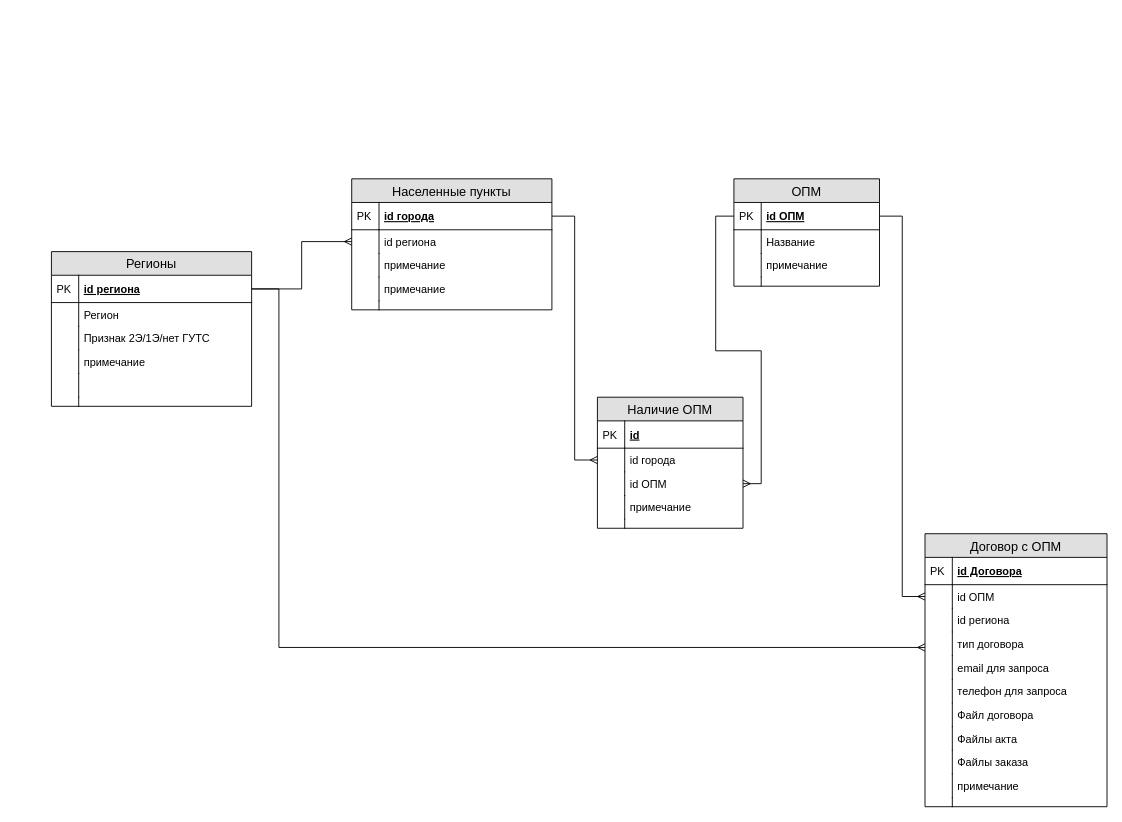
Earlier version of the draw.io diagram operators.drawio (slavakourov/operators). Source tidied: cells renumbered, new cells numbered last; positions are measured from the earlier drawing's top-left corner, leaving out a move shared by most shapes. Both pictures are drawn from the tidied source at 91%, with x=0, y=0 at pixel (51, 178).
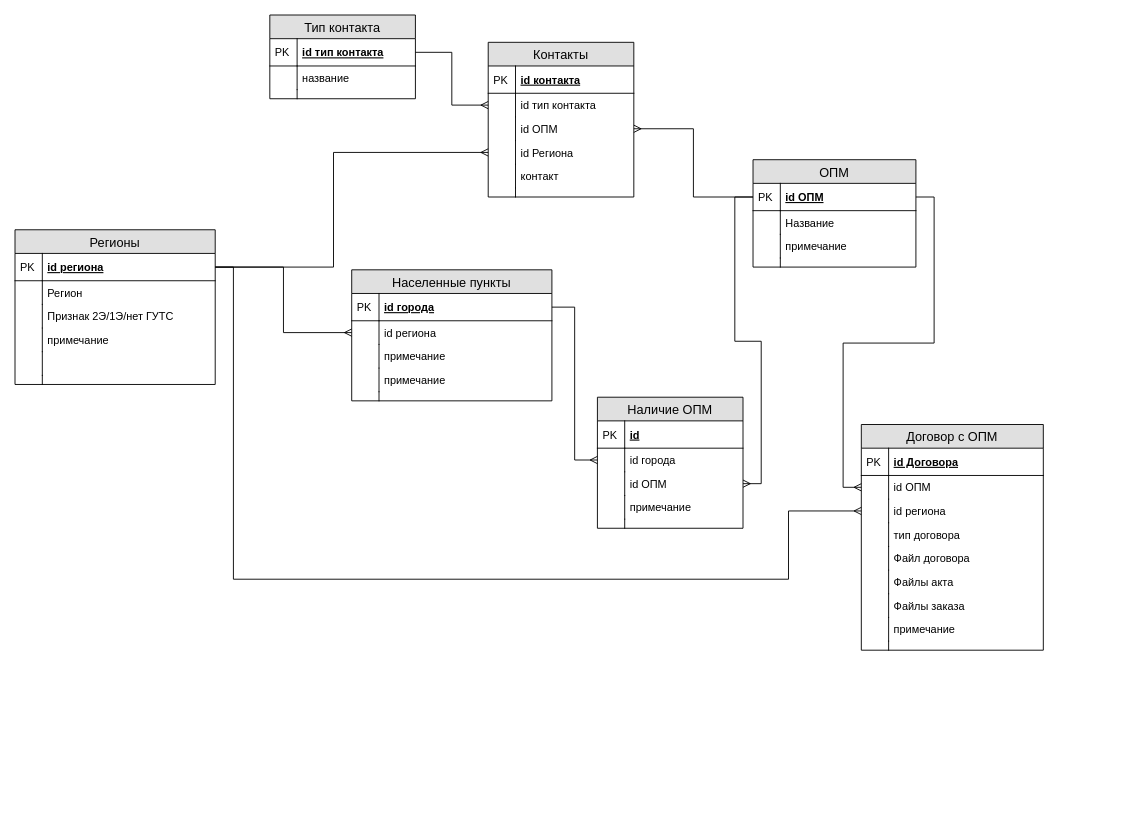
The same page after the edit.

Unchanged cells that the change refers to:
```xml
<mxCell id="16" value="id региона" style="shape=partialRectangle;top=0;left=0;right=0;bottom=0;align=left;verticalAlign=top;fillColor=none;spacingLeft=34;spacingRight=4;overflow=hidden;points=[[0,0.5],[1,0.5]];portConstraint=eastwest;fontSize=12;" parent="11" vertex="1">
  <mxGeometry y="82" width="200" height="26" as="geometry" />
</mxCell>
<mxCell id="18" value="тип договора" style="shape=partialRectangle;top=0;left=0;right=0;bottom=0;align=left;verticalAlign=top;fillColor=none;spacingLeft=34;spacingRight=4;overflow=hidden;points=[[0,0.5],[1,0.5]];portConstraint=eastwest;fontSize=12;" parent="11" vertex="1">
  <mxGeometry y="108" width="200" height="26" as="geometry" />
</mxCell>
<mxCell id="46" value="id региона" style="shape=partialRectangle;top=0;left=0;right=0;bottom=1;align=left;verticalAlign=middle;fillColor=none;spacingLeft=34;spacingRight=4;overflow=hidden;points=[[0,0.5],[1,0.5]];portConstraint=eastwest;fontStyle=5;fontSize=12;" parent="45" vertex="1">
  <mxGeometry y="26" width="220" height="30" as="geometry" />
</mxCell>
```

The edit, as a diff of the source:
```diff
@@
-    <mxCell id="2" value="ОПМ" style="swimlane;fontStyle=0;horizontal=1;startSize=26;fillColor=#e0e0e0;swimlaneFillColor=#ffffff;align=center;fontSize=14;" parent="1" vertex="1">
-      <mxGeometry x="750" width="160" height="118" as="geometry" />
+    <mxCell id="2" value="ОПМ" style="swimlane;fontStyle=0;horizontal=1;startSize=26;fillColor=#e0e0e0;swimlaneFillColor=#ffffff;align=center;fontSize=14;direction=east;" parent="1" vertex="1">
+      <mxGeometry x="771" y="-21" width="179" height="118" as="geometry" />
     </mxCell>
     <mxCell id="3" value="id ОПМ" style="shape=partialRectangle;top=0;left=0;right=0;bottom=1;align=left;verticalAlign=middle;fillColor=none;spacingLeft=34;spacingRight=4;overflow=hidden;points=[[0,0.5],[1,0.5]];portConstraint=eastwest;fontStyle=5;fontSize=12;" parent="2" vertex="1">
-      <mxGeometry y="26" width="160" height="30" as="geometry" />
+      <mxGeometry y="26" width="179" height="30" as="geometry" />
     </mxCell>
@@
     <mxCell id="5" value="Название" style="shape=partialRectangle;top=0;left=0;right=0;bottom=0;align=left;verticalAlign=top;fillColor=none;spacingLeft=34;spacingRight=4;overflow=hidden;fontSize=12;" parent="2" vertex="1">
-      <mxGeometry y="56" width="160" height="26" as="geometry" />
+      <mxGeometry y="56" width="179" height="26" as="geometry" />
     </mxCell>
@@
     <mxCell id="7" value="примечание" style="shape=partialRectangle;top=0;left=0;right=0;bottom=0;align=left;verticalAlign=top;fillColor=none;spacingLeft=34;spacingRight=4;overflow=hidden;fontSize=12;" parent="2" vertex="1">
-      <mxGeometry y="82" width="160" height="26" as="geometry" />
+      <mxGeometry y="82" width="179" height="26" as="geometry" />
     </mxCell>
@@
     <mxCell id="9" style="shape=partialRectangle;top=0;left=0;right=0;bottom=0;align=left;verticalAlign=top;fillColor=none;spacingLeft=34;spacingRight=4;overflow=hidden;fontSize=12;" parent="2" vertex="1">
-      <mxGeometry y="108" width="160" height="10" as="geometry" />
+      <mxGeometry y="108" width="179" height="10" as="geometry" />
     </mxCell>
@@
     <mxCell id="11" value="Договор с ОПМ" style="swimlane;fontStyle=0;horizontal=1;startSize=26;fillColor=#e0e0e0;swimlaneFillColor=#ffffff;align=center;fontSize=14;" parent="1" vertex="1">
-      <mxGeometry x="960" y="390" width="200" height="300" as="geometry" />
+      <mxGeometry x="890" y="270" width="200" height="248" as="geometry" />
     </mxCell>
@@
-    <mxCell id="20" value="email для запроса" style="shape=partialRectangle;top=0;left=0;right=0;bottom=0;align=left;verticalAlign=top;fillColor=none;spacingLeft=34;spacingRight=4;overflow=hidden;fontSize=12;" parent="11" vertex="1">
-      <mxGeometry y="134" width="200" height="26" as="geometry" />
-    </mxCell>
-    <mxCell id="21" style="shape=partialRectangle;top=0;left=0;bottom=0;fillColor=none;align=left;verticalAlign=top;spacingLeft=4;spacingRight=4;overflow=hidden;fontSize=12;" parent="20" vertex="1">
-      <mxGeometry width="30" height="26" as="geometry" />
-    </mxCell>
-    <mxCell id="22" value="телефон для запроса" style="shape=partialRectangle;top=0;left=0;right=0;bottom=0;align=left;verticalAlign=top;fillColor=none;spacingLeft=34;spacingRight=4;overflow=hidden;fontSize=12;" parent="11" vertex="1">
-      <mxGeometry y="160" width="200" height="26" as="geometry" />
-    </mxCell>
-    <mxCell id="23" style="shape=partialRectangle;top=0;left=0;bottom=0;fillColor=none;align=left;verticalAlign=top;spacingLeft=4;spacingRight=4;overflow=hidden;fontSize=12;" parent="22" vertex="1">
-      <mxGeometry width="30" height="26" as="geometry" />
-    </mxCell>
     <mxCell id="24" value="Файл договора" style="shape=partialRectangle;top=0;left=0;right=0;bottom=0;align=left;verticalAlign=top;fillColor=none;spacingLeft=34;spacingRight=4;overflow=hidden;fontSize=12;" parent="11" vertex="1">
-      <mxGeometry y="186" width="200" height="26" as="geometry" />
+      <mxGeometry y="134" width="200" height="26" as="geometry" />
     </mxCell>
@@
     <mxCell id="26" value="Файлы акта" style="shape=partialRectangle;top=0;left=0;right=0;bottom=0;align=left;verticalAlign=top;fillColor=none;spacingLeft=34;spacingRight=4;overflow=hidden;fontSize=12;" parent="11" vertex="1">
-      <mxGeometry y="212" width="200" height="26" as="geometry" />
+      <mxGeometry y="160" width="200" height="26" as="geometry" />
     </mxCell>
@@
     <mxCell id="28" value="Файлы заказа" style="shape=partialRectangle;top=0;left=0;right=0;bottom=0;align=left;verticalAlign=top;fillColor=none;spacingLeft=34;spacingRight=4;overflow=hidden;fontSize=12;" parent="11" vertex="1">
-      <mxGeometry y="238" width="200" height="26" as="geometry" />
+      <mxGeometry y="186" width="200" height="26" as="geometry" />
     </mxCell>
@@
     <mxCell id="30" value="примечание" style="shape=partialRectangle;top=0;left=0;right=0;bottom=0;align=left;verticalAlign=top;fillColor=none;spacingLeft=34;spacingRight=4;overflow=hidden;fontSize=12;" parent="11" vertex="1">
-      <mxGeometry y="264" width="200" height="26" as="geometry" />
+      <mxGeometry y="212" width="200" height="26" as="geometry" />
     </mxCell>
@@
     <mxCell id="32" style="shape=partialRectangle;top=0;left=0;right=0;bottom=0;align=left;verticalAlign=top;fillColor=none;spacingLeft=34;spacingRight=4;overflow=hidden;fontSize=12;" parent="11" vertex="1">
-      <mxGeometry y="290" width="200" height="10" as="geometry" />
+      <mxGeometry y="238" width="200" height="10" as="geometry" />
     </mxCell>
@@
     <mxCell id="34" value="Населенные пункты" style="swimlane;fontStyle=0;horizontal=1;startSize=26;fillColor=#e0e0e0;swimlaneFillColor=#ffffff;align=center;fontSize=14;" parent="1" vertex="1">
-      <mxGeometry x="330" width="220" height="144" as="geometry" />
+      <mxGeometry x="330" y="100" width="220" height="144" as="geometry" />
     </mxCell>
@@
     <mxCell id="45" value="Регионы" style="swimlane;fontStyle=0;horizontal=1;startSize=26;fillColor=#e0e0e0;swimlaneFillColor=#ffffff;align=center;fontSize=14;" parent="1" vertex="1">
-      <mxGeometry y="80" width="220" height="170" as="geometry" />
+      <mxGeometry x="-40" y="56" width="220" height="170" as="geometry" />
     </mxCell>
@@
-    <mxCell id="73" style="edgeStyle=orthogonalEdgeStyle;rounded=0;jettySize=auto;html=1;exitX=1;exitY=0.5;exitDx=0;exitDy=0;endArrow=ERmany;endFill=0;" parent="1" edge="1" source="46" target="18">
-      <mxGeometry relative="1" as="geometry">
-        <Array as="points">
-          <mxPoint x="250" y="121" />
-          <mxPoint x="250" y="515" />
-        </Array>
-      </mxGeometry>
-    </mxCell>
+    <mxCell id="74" value="Контакты" style="swimlane;fontStyle=0;horizontal=1;startSize=26;fillColor=#e0e0e0;swimlaneFillColor=#ffffff;align=center;fontSize=14;" parent="1" vertex="1">
+      <mxGeometry x="480" y="-150" width="160" height="170" as="geometry" />
+    </mxCell>
+    <mxCell id="75" value="id контакта" style="shape=partialRectangle;top=0;left=0;right=0;bottom=1;align=left;verticalAlign=middle;fillColor=none;spacingLeft=34;spacingRight=4;overflow=hidden;fontStyle=5;fontSize=12;" parent="74" vertex="1">
+      <mxGeometry y="26" width="160" height="30" as="geometry" />
+    </mxCell>
+    <mxCell id="76" value="PK" style="shape=partialRectangle;top=0;left=0;bottom=0;fillColor=none;align=left;verticalAlign=middle;spacingLeft=4;spacingRight=4;overflow=hidden;fontSize=12;" parent="75" vertex="1">
+      <mxGeometry width="30" height="30" as="geometry" />
+    </mxCell>
+    <mxCell id="77" value="id тип контакта" style="shape=partialRectangle;top=0;left=0;right=0;bottom=0;align=left;verticalAlign=top;fillColor=none;spacingLeft=34;spacingRight=4;overflow=hidden;points=[[0,0.5],[1,0.5]];portConstraint=eastwest;fontSize=12;" parent="74" vertex="1">
+      <mxGeometry y="56" width="160" height="26" as="geometry" />
+    </mxCell>
+    <mxCell id="78" style="shape=partialRectangle;top=0;left=0;bottom=0;fillColor=none;align=left;verticalAlign=top;spacingLeft=4;spacingRight=4;overflow=hidden;fontSize=12;" parent="77" vertex="1">
+      <mxGeometry width="30" height="26" as="geometry" />
+    </mxCell>
+    <mxCell id="79" value="id ОПМ" style="shape=partialRectangle;top=0;left=0;right=0;bottom=0;align=left;verticalAlign=top;fillColor=none;spacingLeft=34;spacingRight=4;overflow=hidden;points=[[0,0.5],[1,0.5]];portConstraint=eastwest;fontSize=12;" parent="74" vertex="1">
+      <mxGeometry y="82" width="160" height="26" as="geometry" />
+    </mxCell>
+    <mxCell id="80" style="shape=partialRectangle;top=0;left=0;bottom=0;fillColor=none;align=left;verticalAlign=top;spacingLeft=4;spacingRight=4;overflow=hidden;fontSize=12;" parent="79" vertex="1">
+      <mxGeometry width="30" height="26" as="geometry" />
+    </mxCell>
+    <mxCell id="81" value="id Региона" style="shape=partialRectangle;top=0;left=0;right=0;bottom=0;align=left;verticalAlign=top;fillColor=none;spacingLeft=34;spacingRight=4;overflow=hidden;points=[[0,0.5],[1,0.5]];portConstraint=eastwest;fontSize=12;" parent="74" vertex="1">
+      <mxGeometry y="108" width="160" height="26" as="geometry" />
+    </mxCell>
+    <mxCell id="82" style="shape=partialRectangle;top=0;left=0;bottom=0;fillColor=none;align=left;verticalAlign=top;spacingLeft=4;spacingRight=4;overflow=hidden;fontSize=12;" parent="81" vertex="1">
+      <mxGeometry width="30" height="26" as="geometry" />
+    </mxCell>
+    <mxCell id="83" value="контакт" style="shape=partialRectangle;top=0;left=0;right=0;bottom=0;align=left;verticalAlign=top;fillColor=none;spacingLeft=34;spacingRight=4;overflow=hidden;fontSize=12;" parent="74" vertex="1">
+      <mxGeometry y="134" width="160" height="26" as="geometry" />
+    </mxCell>
+    <mxCell id="84" style="shape=partialRectangle;top=0;left=0;bottom=0;fillColor=none;align=left;verticalAlign=top;spacingLeft=4;spacingRight=4;overflow=hidden;fontSize=12;" parent="83" vertex="1">
+      <mxGeometry width="30" height="26" as="geometry" />
+    </mxCell>
+    <mxCell id="85" style="shape=partialRectangle;top=0;left=0;right=0;bottom=0;align=left;verticalAlign=top;fillColor=none;spacingLeft=34;spacingRight=4;overflow=hidden;fontSize=12;" parent="74" vertex="1">
+      <mxGeometry y="160" width="160" height="10" as="geometry" />
+    </mxCell>
+    <mxCell id="86" style="shape=partialRectangle;top=0;left=0;bottom=0;fillColor=none;align=left;verticalAlign=top;spacingLeft=4;spacingRight=4;overflow=hidden;fontSize=12;" parent="85" vertex="1">
+      <mxGeometry width="30" height="10" as="geometry" />
+    </mxCell>
+    <mxCell id="87" style="edgeStyle=orthogonalEdgeStyle;rounded=0;jettySize=auto;html=1;exitX=1;exitY=0.5;exitDx=0;exitDy=0;endArrow=ERmany;endFill=0;" parent="1" edge="1" source="46" target="81">
+      <mxGeometry relative="1" as="geometry">
+        <Array as="points">
+          <mxPoint x="310" y="97" />
+          <mxPoint x="310" y="-29" />
+        </Array>
+      </mxGeometry>
+    </mxCell>
+    <mxCell id="88" style="edgeStyle=orthogonalEdgeStyle;rounded=0;jettySize=auto;html=1;exitX=0;exitY=0.5;exitDx=0;exitDy=0;endArrow=ERmany;endFill=0;" parent="1" edge="1" source="3" target="79">
+      <mxGeometry relative="1" as="geometry" />
+    </mxCell>
+    <mxCell id="89" value="Тип контакта" style="swimlane;fontStyle=0;horizontal=1;startSize=26;fillColor=#e0e0e0;swimlaneFillColor=#ffffff;align=center;fontSize=14;" parent="1" vertex="1">
+      <mxGeometry x="240" y="-180" width="160" height="92" as="geometry" />
+    </mxCell>
+    <mxCell id="90" value="id тип контакта" style="shape=partialRectangle;top=0;left=0;right=0;bottom=1;align=left;verticalAlign=middle;fillColor=none;spacingLeft=34;spacingRight=4;overflow=hidden;points=[[0,0.5],[1,0.5]];portConstraint=eastwest;fontStyle=5;fontSize=12;" parent="89" vertex="1">
+      <mxGeometry y="26" width="160" height="30" as="geometry" />
+    </mxCell>
+    <mxCell id="91" value="PK" style="shape=partialRectangle;top=0;left=0;bottom=0;fillColor=none;align=left;verticalAlign=middle;spacingLeft=4;spacingRight=4;overflow=hidden;fontSize=12;" parent="90" vertex="1">
+      <mxGeometry width="30" height="30" as="geometry" />
+    </mxCell>
+    <mxCell id="92" value="название" style="shape=partialRectangle;top=0;left=0;right=0;bottom=0;align=left;verticalAlign=top;fillColor=none;spacingLeft=34;spacingRight=4;overflow=hidden;fontSize=12;" parent="89" vertex="1">
+      <mxGeometry y="56" width="160" height="26" as="geometry" />
+    </mxCell>
+    <mxCell id="93" style="shape=partialRectangle;top=0;left=0;bottom=0;fillColor=none;align=left;verticalAlign=top;spacingLeft=4;spacingRight=4;overflow=hidden;fontSize=12;" parent="92" vertex="1">
+      <mxGeometry width="30" height="26" as="geometry" />
+    </mxCell>
+    <mxCell id="94" style="shape=partialRectangle;top=0;left=0;right=0;bottom=0;align=left;verticalAlign=top;fillColor=none;spacingLeft=34;spacingRight=4;overflow=hidden;fontSize=12;" parent="89" vertex="1">
+      <mxGeometry y="82" width="160" height="10" as="geometry" />
+    </mxCell>
+    <mxCell id="95" style="shape=partialRectangle;top=0;left=0;bottom=0;fillColor=none;align=left;verticalAlign=top;spacingLeft=4;spacingRight=4;overflow=hidden;fontSize=12;" parent="94" vertex="1">
+      <mxGeometry width="30" height="10" as="geometry" />
+    </mxCell>
+    <mxCell id="96" style="edgeStyle=orthogonalEdgeStyle;rounded=0;jettySize=auto;html=1;exitX=1;exitY=0.5;exitDx=0;exitDy=0;entryX=0;entryY=0.5;entryDx=0;entryDy=0;endArrow=ERmany;endFill=0;" parent="1" edge="1" source="90" target="77">
+      <mxGeometry relative="1" as="geometry" />
+    </mxCell>
+    <mxCell id="97" style="edgeStyle=orthogonalEdgeStyle;rounded=0;jettySize=auto;html=1;endArrow=ERmany;endFill=0;entryX=0;entryY=0.5;entryDx=0;entryDy=0;" parent="1" edge="1" source="46" target="16">
+      <mxGeometry relative="1" as="geometry">
+        <Array as="points">
+          <mxPoint x="200" y="97" />
+          <mxPoint x="200" y="440" />
+          <mxPoint x="810" y="440" />
+          <mxPoint x="810" y="365" />
+        </Array>
+      </mxGeometry>
+    </mxCell>
```
